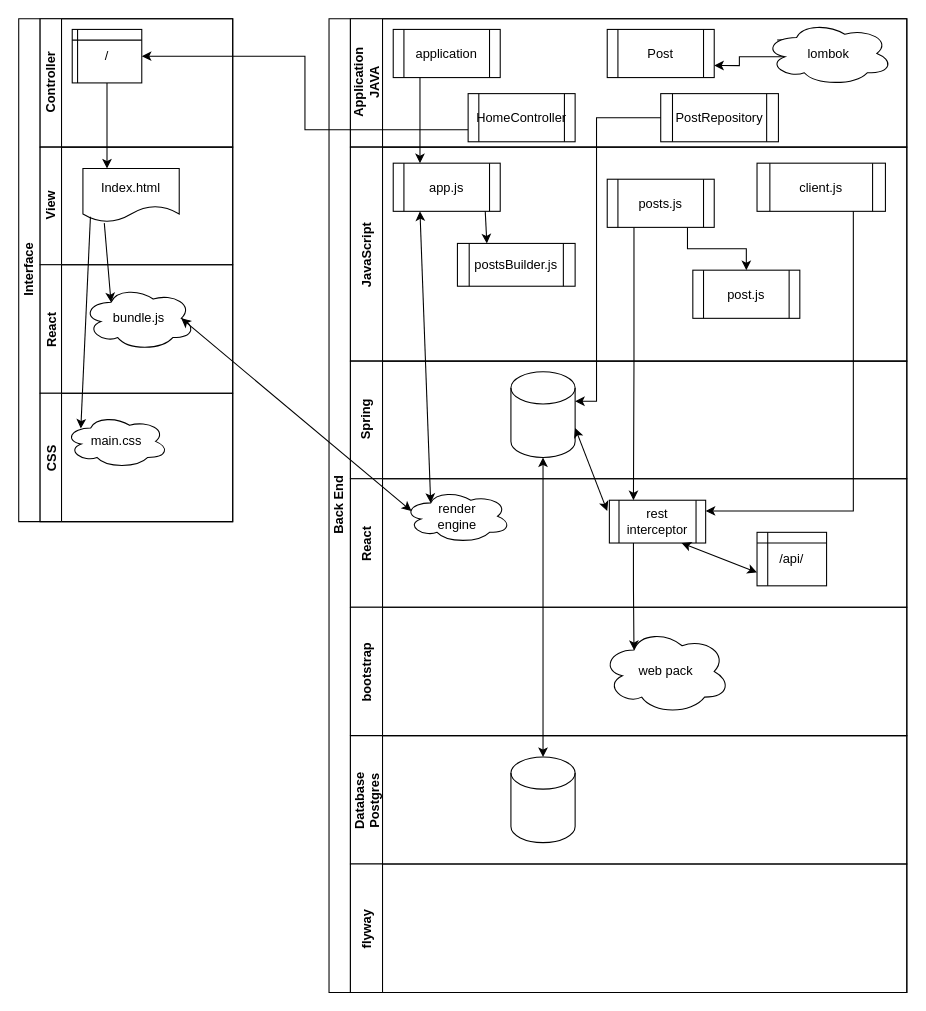
Earlier version of the draw.io diagram page "Page-1" (1 of 2) of docs/Untitled Diagram.drawio (GDCStoney/acebook-java-4Aces). Source tidied: cells renumbered, new cells numbered last; positions are measured from the earlier drawing's top-left corner, leaving out a move shared by most shapes. Both pictures are drawn from the tidied source at 107%, with x=0, y=0 at pixel (18, 18).
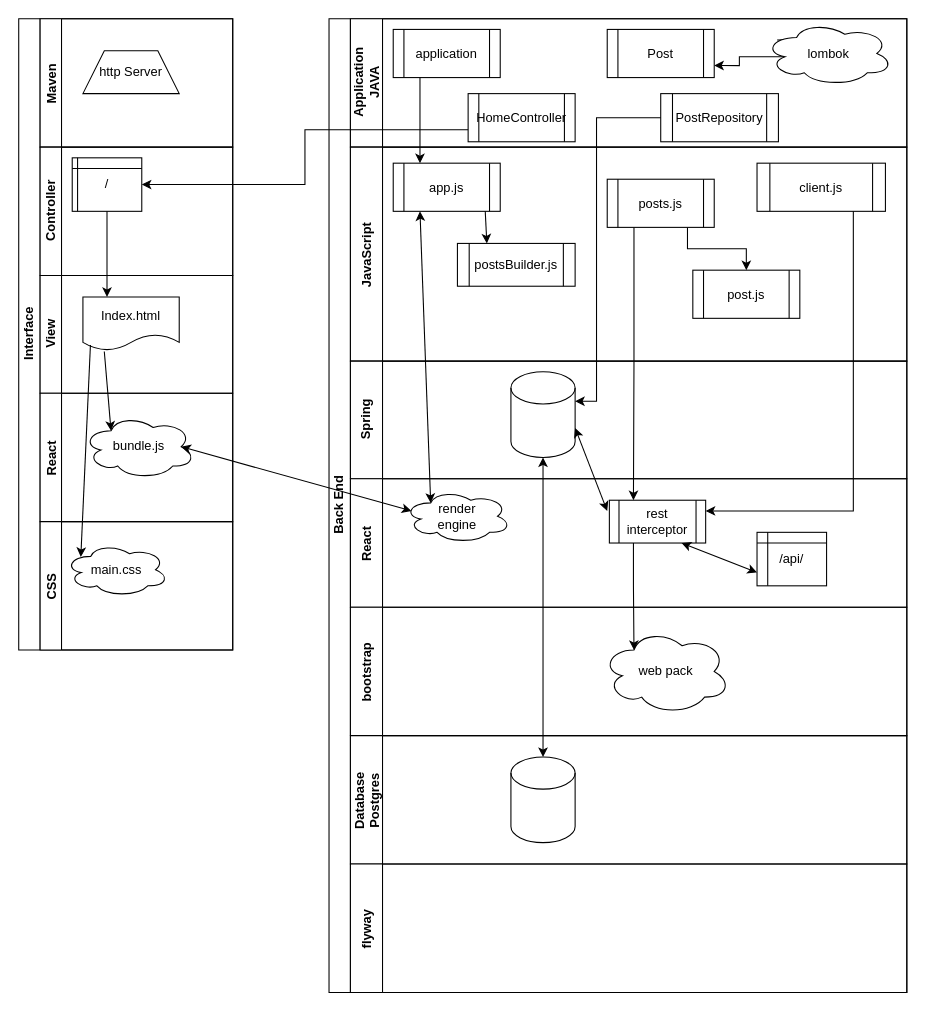
Above is the later version.

Diff of the diagram source:
```diff
@@
     <mxCell id="2" value="Interface" style="swimlane;html=1;horizontal=0;startSize=20;" parent="1" vertex="1">
-      <mxGeometry width="200" height="470" as="geometry" />
+      <mxGeometry width="200" height="590" as="geometry" />
     </mxCell>
+    <mxCell id="53" value="Maven" style="swimlane;startSize=20;horizontal=0;" parent="2" vertex="1">
+      <mxGeometry x="20" width="180" height="120" as="geometry" />
+    </mxCell>
+    <mxCell id="54" value="http Server" style="shape=trapezoid;perimeter=trapezoidPerimeter;whiteSpace=wrap;html=1;fixedSize=1;" parent="53" vertex="1">
+      <mxGeometry x="40" y="30" width="90" height="40" as="geometry" />
+    </mxCell>
     <mxCell id="3" value="Controller" style="swimlane;html=1;startSize=20;horizontal=0;" parent="2" vertex="1">
-      <mxGeometry x="20" width="180" height="120" as="geometry" />
+      <mxGeometry x="20" y="120" width="180" height="120" as="geometry" />
     </mxCell>
@@
     <mxCell id="5" value="View" style="swimlane;html=1;startSize=20;horizontal=0;" parent="2" vertex="1">
-      <mxGeometry x="20" y="120" width="180" height="110" as="geometry" />
+      <mxGeometry x="20" y="240" width="180" height="110" as="geometry" />
     </mxCell>
@@
     <mxCell id="8" value="React" style="swimlane;startSize=20;horizontal=0;" parent="2" vertex="1">
-      <mxGeometry x="20" y="230" width="180" height="120" as="geometry" />
+      <mxGeometry x="20" y="350" width="180" height="120" as="geometry" />
     </mxCell>
@@
     <mxCell id="11" value="CSS" style="swimlane;startSize=20;horizontal=0;" parent="2" vertex="1">
-      <mxGeometry x="20" y="350" width="180" height="120" as="geometry" />
+      <mxGeometry x="20" y="470" width="180" height="120" as="geometry" />
     </mxCell>
```
